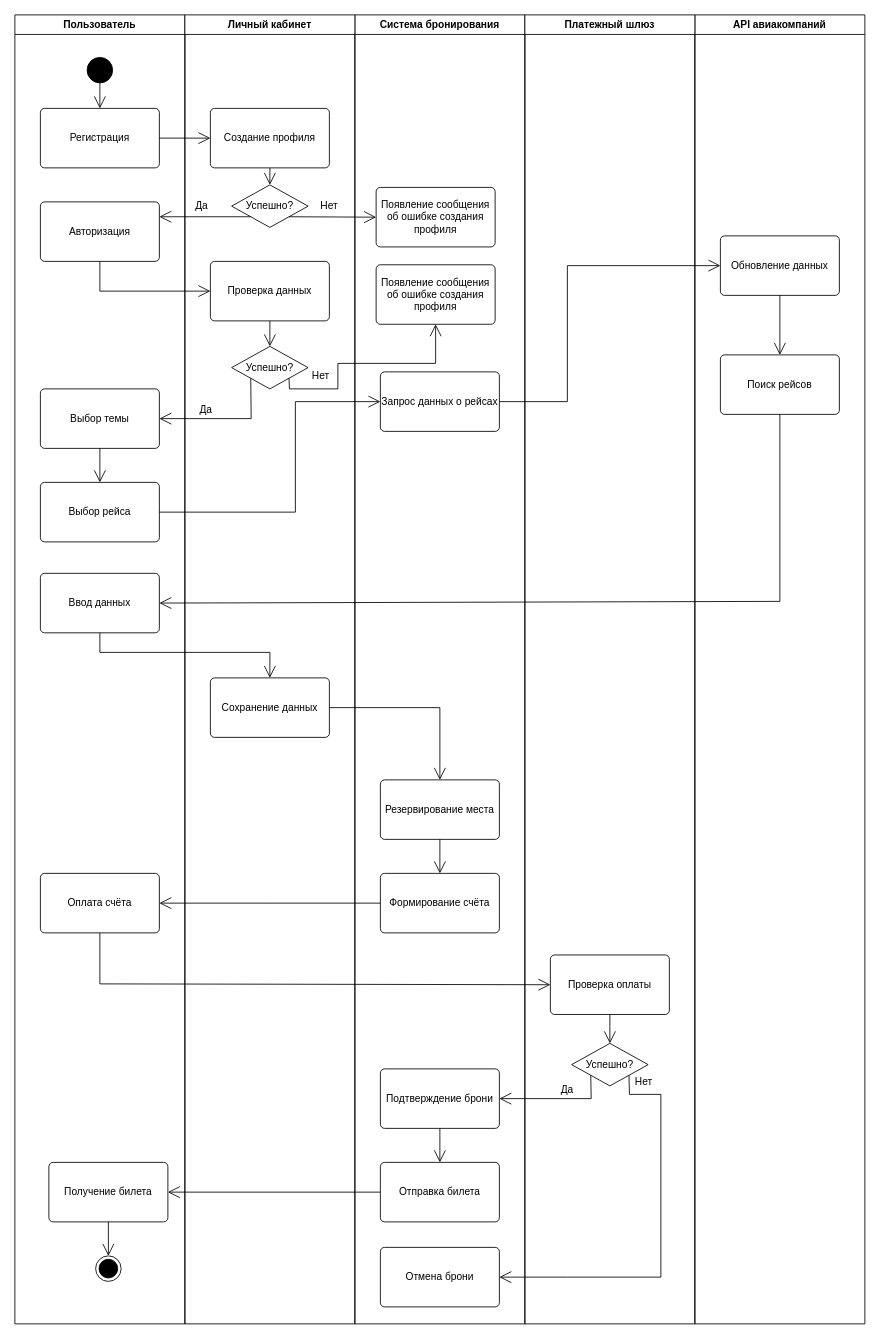
Above: Разработка и построение диаграмм активностей.drawio in chchjii/Draw.io (draw.io), before the change. Source tidied: cells renumbered, new cells numbered last; positions are measured from the earlier drawing's top-left corner, leaving out a move shared by most shapes. Both pictures are drawn from the tidied source at 85%, with x=0, y=0 at pixel (14, 14).
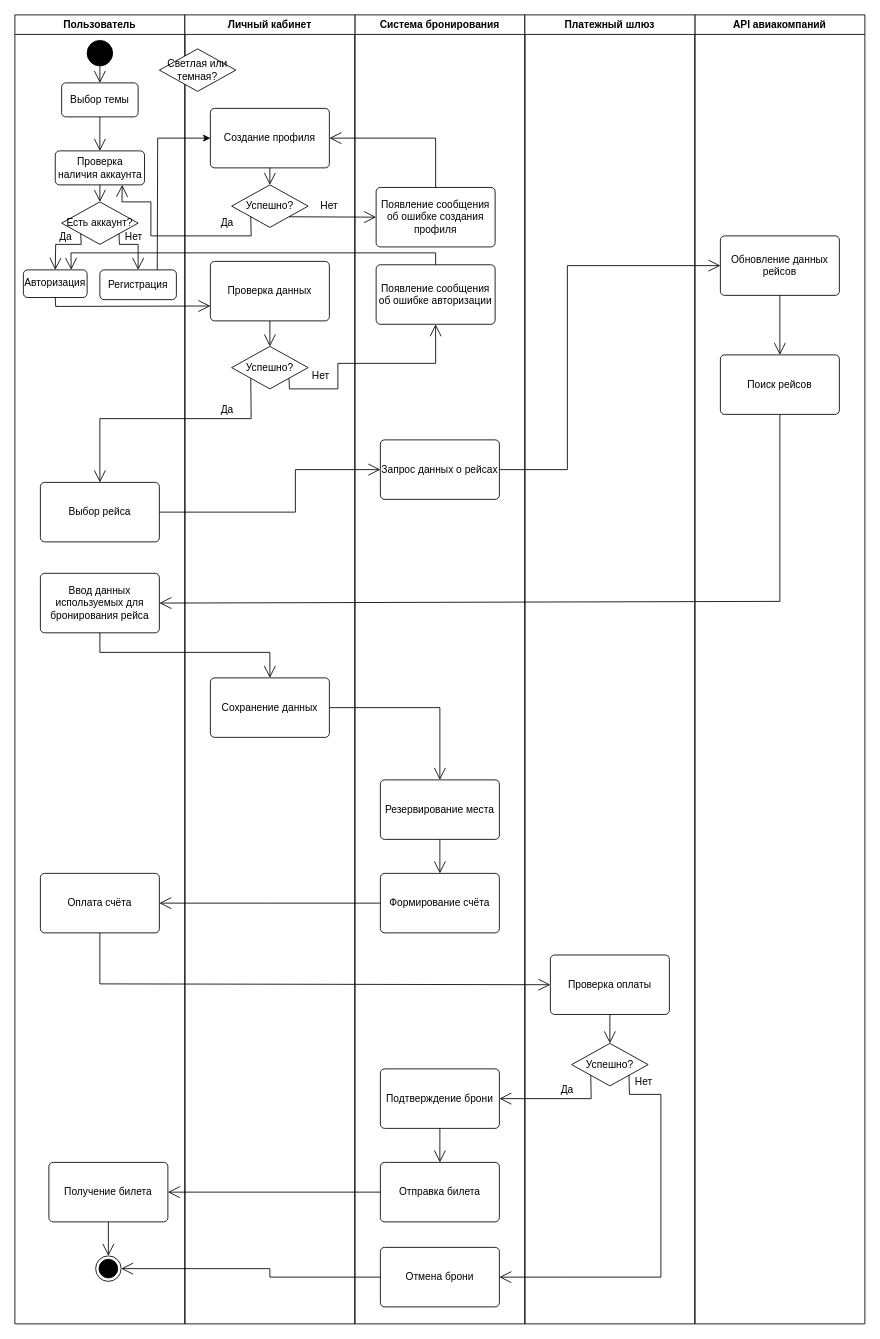
Above is the later version.

Unchanged cells that the change refers to:
```xml
<mxCell id="2" value="Пользователь" style="swimlane;whiteSpace=wrap;html=1;" parent="1" vertex="1">
  <mxGeometry width="200" height="1540" as="geometry" />
</mxCell>
<mxCell id="6" value="Выбор рейса" style="html=1;align=center;verticalAlign=middle;rounded=1;absoluteArcSize=1;arcSize=10;dashed=0;whiteSpace=wrap;" parent="2" vertex="1">
  <mxGeometry x="30" y="550" width="140" height="70" as="geometry" />
</mxCell>
<mxCell id="13" style="ellipse;html=1;shape=endState;fillColor=strokeColor;" parent="2" vertex="1">
  <mxGeometry x="95" y="1460" width="30" height="30" as="geometry" />
</mxCell>
<mxCell id="15" value="Система бронирования" style="swimlane;whiteSpace=wrap;html=1;" parent="1" vertex="1">
  <mxGeometry x="400" width="200" height="1540" as="geometry" />
</mxCell>
<mxCell id="21" value="Появление сообщения об ошибке создания профиля" style="html=1;align=center;verticalAlign=middle;rounded=1;absoluteArcSize=1;arcSize=10;dashed=0;whiteSpace=wrap;" parent="15" vertex="1">
  <mxGeometry x="25" y="203" width="140" height="70" as="geometry" />
</mxCell>
<mxCell id="25" value="Отмена брони" style="html=1;align=center;verticalAlign=middle;rounded=1;absoluteArcSize=1;arcSize=10;dashed=0;whiteSpace=wrap;" parent="15" vertex="1">
  <mxGeometry x="30" y="1450" width="140" height="70" as="geometry" />
</mxCell>
<mxCell id="26" value="API авиакомпаний" style="swimlane;whiteSpace=wrap;html=1;" parent="1" vertex="1">
  <mxGeometry x="800" width="200" height="1540" as="geometry" />
</mxCell>
<mxCell id="36" value="Личный кабинет" style="swimlane;whiteSpace=wrap;html=1;" parent="1" vertex="1">
  <mxGeometry x="200" width="200" height="1540" as="geometry" />
</mxCell>
<mxCell id="37" value="Создание профиля" style="html=1;align=center;verticalAlign=middle;rounded=1;absoluteArcSize=1;arcSize=10;dashed=0;whiteSpace=wrap;" parent="36" vertex="1">
  <mxGeometry x="30" y="110" width="140" height="70" as="geometry" />
</mxCell>
<mxCell id="38" value="Успешно?" style="shape=rhombus;html=1;dashed=0;whiteSpace=wrap;perimeter=rhombusPerimeter;" parent="36" vertex="1">
  <mxGeometry x="55" y="200" width="90" height="50" as="geometry" />
</mxCell>
<mxCell id="41" value="Проверка данных" style="html=1;align=center;verticalAlign=middle;rounded=1;absoluteArcSize=1;arcSize=10;dashed=0;whiteSpace=wrap;" parent="36" vertex="1">
  <mxGeometry x="30" y="290" width="140" height="70" as="geometry" />
</mxCell>
<mxCell id="42" value="Успешно?" style="shape=rhombus;html=1;dashed=0;whiteSpace=wrap;perimeter=rhombusPerimeter;" parent="36" vertex="1">
  <mxGeometry x="55" y="390" width="90" height="50" as="geometry" />
</mxCell>
```

The edit, as a diff of the source:
```diff
@@
     <mxCell id="3" value="Регистрация" style="html=1;align=center;verticalAlign=middle;rounded=1;absoluteArcSize=1;arcSize=10;dashed=0;whiteSpace=wrap;" parent="2" vertex="1">
-      <mxGeometry x="30" y="110" width="140" height="70" as="geometry" />
+      <mxGeometry x="100" y="300" width="90" height="35" as="geometry" />
     </mxCell>
     <mxCell id="4" style="ellipse;fillColor=strokeColor;html=1;" parent="2" vertex="1">
-      <mxGeometry x="85" y="50" width="30" height="30" as="geometry" />
+      <mxGeometry x="85" y="30" width="30" height="30" as="geometry" />
     </mxCell>
     <mxCell id="5" value="Авторизация" style="html=1;align=center;verticalAlign=middle;rounded=1;absoluteArcSize=1;arcSize=10;dashed=0;whiteSpace=wrap;" parent="2" vertex="1">
-      <mxGeometry x="30" y="220" width="140" height="70" as="geometry" />
+      <mxGeometry x="10" y="300" width="75" height="32.5" as="geometry" />
     </mxCell>
@@
-    <mxCell id="7" value="Ввод данных" style="html=1;align=center;verticalAlign=middle;rounded=1;absoluteArcSize=1;arcSize=10;dashed=0;whiteSpace=wrap;" parent="2" vertex="1">
+    <mxCell id="7" value="Ввод данных используемых для бронирования рейса" style="html=1;align=center;verticalAlign=middle;rounded=1;absoluteArcSize=1;arcSize=10;dashed=0;whiteSpace=wrap;" parent="2" vertex="1">
       <mxGeometry x="30" y="657" width="140" height="70" as="geometry" />
     </mxCell>
@@
-    <mxCell id="10" style="endArrow=open;endFill=1;endSize=12;html=1;rounded=0;exitX=0.5;exitY=1;exitDx=0;exitDy=0;entryX=0.5;entryY=0;entryDx=0;entryDy=0;" parent="2" edge="1" source="4" target="3">
-      <mxGeometry relative="1" as="geometry" />
-    </mxCell>
-    <mxCell id="11" value="Выбор темы" style="html=1;align=center;verticalAlign=middle;rounded=1;absoluteArcSize=1;arcSize=10;dashed=0;whiteSpace=wrap;" parent="2" vertex="1">
-      <mxGeometry x="30" y="440" width="140" height="70" as="geometry" />
-    </mxCell>
-    <mxCell id="12" style="endArrow=open;endFill=1;endSize=12;html=1;rounded=0;exitX=0.5;exitY=1;exitDx=0;exitDy=0;entryX=0.5;entryY=0;entryDx=0;entryDy=0;" parent="2" edge="1" source="11" target="6">
-      <mxGeometry relative="1" as="geometry" />
-    </mxCell>
@@
+    <mxCell id="11" value="Выбор темы" style="html=1;align=center;verticalAlign=middle;rounded=1;absoluteArcSize=1;arcSize=10;dashed=0;whiteSpace=wrap;" parent="2" vertex="1">
+      <mxGeometry x="55" y="80" width="90" height="40" as="geometry" />
+    </mxCell>
+    <mxCell id="64" value="Проверка наличия аккаунта" style="html=1;align=center;verticalAlign=middle;rounded=1;absoluteArcSize=1;arcSize=10;dashed=0;whiteSpace=wrap;" parent="2" vertex="1">
+      <mxGeometry x="47.5" y="160" width="105" height="40" as="geometry" />
+    </mxCell>
+    <mxCell id="65" style="endArrow=open;endFill=1;endSize=12;html=1;rounded=0;exitX=0.5;exitY=1;exitDx=0;exitDy=0;entryX=0.5;entryY=0;entryDx=0;entryDy=0;" parent="2" edge="1" source="11" target="64">
+      <mxGeometry relative="1" as="geometry" />
+    </mxCell>
+    <mxCell id="66" value="Есть аккаунт?" style="shape=rhombus;html=1;dashed=0;whiteSpace=wrap;perimeter=rhombusPerimeter;" parent="2" vertex="1">
+      <mxGeometry x="55" y="220" width="90" height="50" as="geometry" />
+    </mxCell>
+    <mxCell id="67" style="endArrow=open;endFill=1;endSize=12;html=1;rounded=0;exitX=0.5;exitY=1;exitDx=0;exitDy=0;entryX=0.5;entryY=0;entryDx=0;entryDy=0;" parent="2" edge="1" source="64" target="66">
+      <mxGeometry relative="1" as="geometry" />
+    </mxCell>
+    <mxCell id="68" style="endArrow=open;endFill=1;endSize=12;html=1;rounded=0;exitX=1;exitY=1;exitDx=0;exitDy=0;entryX=0.5;entryY=0;entryDx=0;entryDy=0;" parent="2" edge="1" source="66" target="3">
+      <mxGeometry relative="1" as="geometry">
+        <Array as="points">
+          <mxPoint x="123" y="270" />
+          <mxPoint x="145" y="270" />
+        </Array>
+      </mxGeometry>
+    </mxCell>
+    <mxCell id="69" style="endArrow=open;endFill=1;endSize=12;html=1;rounded=0;exitX=0;exitY=1;exitDx=0;exitDy=0;entryX=0.5;entryY=0;entryDx=0;entryDy=0;" parent="2" edge="1" source="66" target="5">
+      <mxGeometry relative="1" as="geometry">
+        <Array as="points">
+          <mxPoint x="78" y="270" />
+          <mxPoint x="48" y="270" />
+        </Array>
+      </mxGeometry>
+    </mxCell>
+    <mxCell id="70" value="Да" style="text;html=1;align=center;verticalAlign=middle;whiteSpace=wrap;rounded=0;" parent="2" vertex="1">
+      <mxGeometry x="30" y="246" width="60" height="30" as="geometry" />
+    </mxCell>
+    <mxCell id="71" value="Нет" style="text;html=1;align=center;verticalAlign=middle;whiteSpace=wrap;rounded=0;" parent="2" vertex="1">
+      <mxGeometry x="110" y="246" width="60" height="30" as="geometry" />
+    </mxCell>
+    <mxCell id="72" style="endArrow=open;endFill=1;endSize=12;html=1;rounded=0;exitX=0.5;exitY=1;exitDx=0;exitDy=0;entryX=0.5;entryY=0;entryDx=0;entryDy=0;" parent="2" edge="1" source="4" target="11">
+      <mxGeometry relative="1" as="geometry" />
+    </mxCell>
@@
     <mxCell id="16" value="Запрос данных о рейсах" style="html=1;align=center;verticalAlign=middle;rounded=1;absoluteArcSize=1;arcSize=10;dashed=0;whiteSpace=wrap;" parent="15" vertex="1">
-      <mxGeometry x="30" y="420" width="140" height="70" as="geometry" />
+      <mxGeometry x="30" y="500" width="140" height="70" as="geometry" />
     </mxCell>
@@
-    <mxCell id="22" value="Появление сообщения об ошибке создания профиля" style="html=1;align=center;verticalAlign=middle;rounded=1;absoluteArcSize=1;arcSize=10;dashed=0;whiteSpace=wrap;" parent="15" vertex="1">
+    <mxCell id="22" value="Появление сообщения об ошибке авторизации" style="html=1;align=center;verticalAlign=middle;rounded=1;absoluteArcSize=1;arcSize=10;dashed=0;whiteSpace=wrap;" parent="15" vertex="1">
       <mxGeometry x="25" y="294" width="140" height="70" as="geometry" />
     </mxCell>
@@
-    <mxCell id="27" value="Обновление данных" style="html=1;align=center;verticalAlign=middle;rounded=1;absoluteArcSize=1;arcSize=10;dashed=0;whiteSpace=wrap;" parent="26" vertex="1">
+    <mxCell id="27" value="Обновление данных рейсов" style="html=1;align=center;verticalAlign=middle;rounded=1;absoluteArcSize=1;arcSize=10;dashed=0;whiteSpace=wrap;" parent="26" vertex="1">
       <mxGeometry x="30" y="260" width="140" height="70" as="geometry" />
     </mxCell>
@@
     <mxCell id="40" value="Да" style="text;html=1;align=center;verticalAlign=middle;whiteSpace=wrap;rounded=0;" parent="36" vertex="1">
-      <mxGeometry x="-10" y="210" width="60" height="30" as="geometry" />
+      <mxGeometry x="20" y="230" width="60" height="30" as="geometry" />
     </mxCell>
@@
     <mxCell id="44" value="Да" style="text;html=1;align=center;verticalAlign=middle;whiteSpace=wrap;rounded=0;" parent="36" vertex="1">
-      <mxGeometry x="-5" y="450" width="60" height="30" as="geometry" />
+      <mxGeometry x="20" y="450" width="60" height="30" as="geometry" />
     </mxCell>
@@
-    <mxCell id="48" style="endArrow=open;endFill=1;endSize=12;html=1;rounded=0;exitX=1;exitY=0.5;exitDx=0;exitDy=0;entryX=0;entryY=0.5;entryDx=0;entryDy=0;" parent="1" edge="1" source="3" target="37">
-      <mxGeometry relative="1" as="geometry" />
-    </mxCell>
-    <mxCell id="49" style="endArrow=open;endFill=1;endSize=12;html=1;rounded=0;exitX=0;exitY=1;exitDx=0;exitDy=0;entryX=1;entryY=0.25;entryDx=0;entryDy=0;" parent="1" edge="1" source="38" target="5">
-      <mxGeometry relative="1" as="geometry" />
-    </mxCell>
-    <mxCell id="50" style="endArrow=open;endFill=1;endSize=12;html=1;rounded=0;exitX=0.5;exitY=1;exitDx=0;exitDy=0;entryX=0;entryY=0.5;entryDx=0;entryDy=0;" parent="1" edge="1" source="5" target="41">
-      <mxGeometry relative="1" as="geometry">
-        <Array as="points">
-          <mxPoint x="100" y="325" />
-        </Array>
-      </mxGeometry>
-    </mxCell>
+    <mxCell id="73" value="Светлая или темная?" style="shape=rhombus;html=1;dashed=0;whiteSpace=wrap;perimeter=rhombusPerimeter;" parent="36" vertex="1">
+      <mxGeometry x="-30" y="40" width="90" height="50" as="geometry" />
+    </mxCell>
-    <mxCell id="51" style="endArrow=open;endFill=1;endSize=12;html=1;rounded=0;exitX=0;exitY=1;exitDx=0;exitDy=0;entryX=1;entryY=0.5;entryDx=0;entryDy=0;" parent="1" edge="1" source="42" target="11">
+    <mxCell id="51" style="endArrow=open;endFill=1;endSize=12;html=1;rounded=0;exitX=0;exitY=1;exitDx=0;exitDy=0;entryX=0.5;entryY=0;entryDx=0;entryDy=0;" parent="1" edge="1" source="42" target="6">
       <mxGeometry relative="1" as="geometry">
         <Array as="points">
           <mxPoint x="278" y="475" />
+          <mxPoint x="100" y="475" />
         </Array>
       </mxGeometry>
     </mxCell>
     <mxCell id="52" style="endArrow=open;endFill=1;endSize=12;html=1;rounded=0;exitX=1;exitY=0.5;exitDx=0;exitDy=0;entryX=0;entryY=0.5;entryDx=0;entryDy=0;" parent="1" edge="1" source="6" target="16">
       <mxGeometry relative="1" as="geometry">
         <Array as="points">
           <mxPoint x="330" y="585" />
-          <mxPoint x="330" y="455" />
+          <mxPoint x="330" y="535" />
         </Array>
       </mxGeometry>
     </mxCell>
     <mxCell id="53" style="endArrow=open;endFill=1;endSize=12;html=1;rounded=0;exitX=1;exitY=0.5;exitDx=0;exitDy=0;entryX=0;entryY=0.5;entryDx=0;entryDy=0;" parent="1" edge="1" source="16" target="27">
       <mxGeometry relative="1" as="geometry">
         <Array as="points">
-          <mxPoint x="650" y="455" />
+          <mxPoint x="650" y="535" />
           <mxPoint x="650" y="295" />
         </Array>
       </mxGeometry>
     </mxCell>
@@
+    <mxCell id="48" style="endArrow=classic;html=1;rounded=0;exitX=0.75;exitY=0;exitDx=0;exitDy=0;entryX=0;entryY=0.5;entryDx=0;entryDy=0;" parent="1" edge="1" source="3" target="37">
+      <mxGeometry relative="1" as="geometry">
+        <Array as="points">
+          <mxPoint x="168" y="145" />
+        </Array>
+      </mxGeometry>
+    </mxCell>
+    <mxCell id="50" style="endArrow=open;endFill=1;endSize=12;html=1;rounded=0;exitX=0.5;exitY=1;exitDx=0;exitDy=0;entryX=0;entryY=0.75;entryDx=0;entryDy=0;" parent="1" edge="1" source="5" target="41">
+      <mxGeometry relative="1" as="geometry">
+        <Array as="points">
+          <mxPoint x="48" y="343" />
+        </Array>
+      </mxGeometry>
+    </mxCell>
+    <mxCell id="74" style="endArrow=open;endFill=1;endSize=12;html=1;rounded=0;exitX=0;exitY=1;exitDx=0;exitDy=0;entryX=0.75;entryY=1;entryDx=0;entryDy=0;" parent="1" edge="1" source="38" target="64">
+      <mxGeometry relative="1" as="geometry">
+        <Array as="points">
+          <mxPoint x="278" y="260" />
+          <mxPoint x="160" y="260" />
+          <mxPoint x="160" y="220" />
+          <mxPoint x="126" y="220" />
+        </Array>
+      </mxGeometry>
+    </mxCell>
+    <mxCell id="75" style="endArrow=open;endFill=1;endSize=12;html=1;rounded=0;exitX=0.5;exitY=0;exitDx=0;exitDy=0;entryX=1;entryY=0.5;entryDx=0;entryDy=0;" parent="1" edge="1" source="21" target="37">
+      <mxGeometry relative="1" as="geometry">
+        <Array as="points">
+          <mxPoint x="495" y="145" />
+        </Array>
+      </mxGeometry>
+    </mxCell>
+    <mxCell id="76" style="endArrow=open;endFill=1;endSize=12;html=1;rounded=0;exitX=0.5;exitY=0;exitDx=0;exitDy=0;entryX=0.75;entryY=0;entryDx=0;entryDy=0;" parent="1" edge="1" source="22" target="5">
+      <mxGeometry relative="1" as="geometry">
+        <Array as="points">
+          <mxPoint x="495" y="280" />
+          <mxPoint x="66" y="280" />
+        </Array>
+      </mxGeometry>
+    </mxCell>
+    <mxCell id="77" style="endArrow=open;endFill=1;endSize=12;html=1;rounded=0;exitX=0;exitY=0.5;exitDx=0;exitDy=0;entryX=1;entryY=0.5;entryDx=0;entryDy=0;" parent="1" edge="1" source="25" target="13">
+      <mxGeometry relative="1" as="geometry">
+        <Array as="points">
+          <mxPoint x="300" y="1485" />
+          <mxPoint x="300" y="1475" />
+        </Array>
+      </mxGeometry>
+    </mxCell>
```
